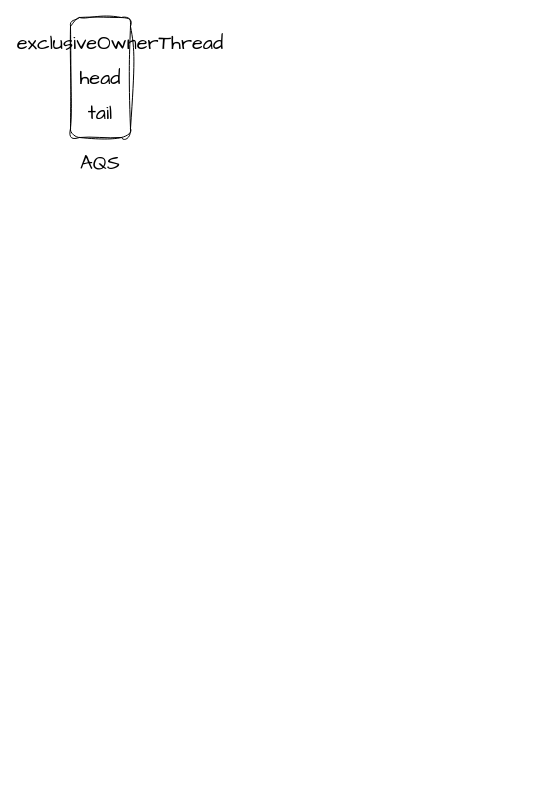
The draw.io diagram imgs/未命名绘图.drawio in Ran968777/images, before the edit. Source tidied: cells renumbered, new cells numbered last; positions are measured from the earlier drawing's top-left corner, leaving out a move shared by most shapes. Both pictures are drawn from the tidied source at 100%, with x=0, y=0 at pixel (70, 17).
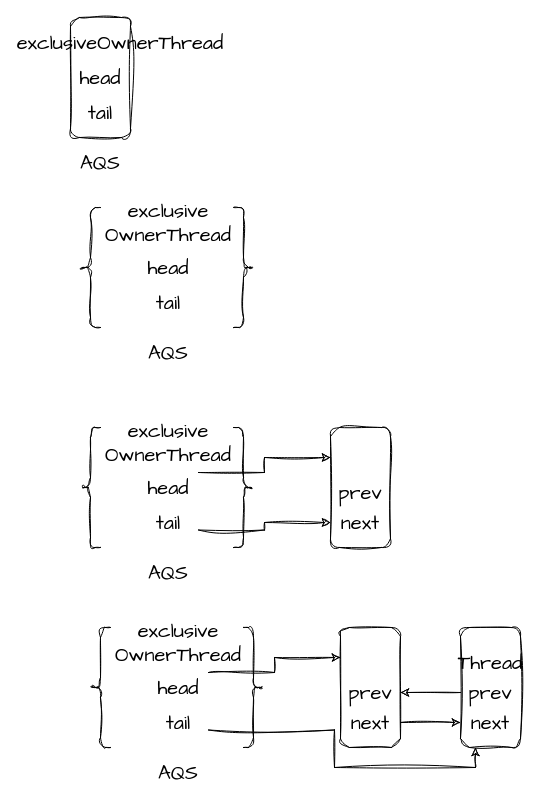
The same diagram, later.

Commit message:
第一次添加节点.drawio

Diff of the diagram source:
```diff
@@
+    <mxCell id="7" style="group;" parent="1" vertex="1">
+      <mxGeometry width="80" height="160" as="geometry" />
+    </mxCell>
-    <mxCell id="2" style="rounded=1;whiteSpace=wrap;html=1;sketch=1;hachureGap=4;jiggle=2;curveFitting=1;fontFamily=Architects Daughter;fontSize=20;direction=south;" parent="1" vertex="1">
+    <mxCell id="2" style="rounded=1;whiteSpace=wrap;html=1;sketch=1;hachureGap=4;jiggle=2;curveFitting=1;fontFamily=Architects Daughter;fontSize=20;direction=south;" parent="7" vertex="1">
       <mxGeometry width="60" height="120" as="geometry" />
     </mxCell>
-    <mxCell id="3" value="AQS" style="text;html=1;strokeColor=none;fillColor=none;align=center;verticalAlign=middle;whiteSpace=wrap;rounded=0;fontSize=20;fontFamily=Architects Daughter;" parent="1" vertex="1">
+    <mxCell id="3" value="AQS" style="text;html=1;strokeColor=none;fillColor=none;align=center;verticalAlign=middle;whiteSpace=wrap;rounded=0;fontSize=20;fontFamily=Architects Daughter;" parent="7" vertex="1">
       <mxGeometry y="130" width="60" height="30" as="geometry" />
     </mxCell>
-    <mxCell id="4" value="exclusiveOwnerThread" style="text;html=1;strokeColor=none;fillColor=none;align=center;verticalAlign=middle;whiteSpace=wrap;rounded=0;fontSize=20;fontFamily=Architects Daughter;" parent="1" vertex="1">
+    <mxCell id="4" value="exclusiveOwnerThread" style="text;html=1;strokeColor=none;fillColor=none;align=center;verticalAlign=middle;whiteSpace=wrap;rounded=0;fontSize=20;fontFamily=Architects Daughter;" parent="7" vertex="1">
       <mxGeometry x="20" y="10" width="60" height="30" as="geometry" />
     </mxCell>
-    <mxCell id="5" value="head" style="text;html=1;strokeColor=none;fillColor=none;align=center;verticalAlign=middle;whiteSpace=wrap;rounded=0;fontSize=20;fontFamily=Architects Daughter;" parent="1" vertex="1">
+    <mxCell id="5" value="head" style="text;html=1;strokeColor=none;fillColor=none;align=center;verticalAlign=middle;whiteSpace=wrap;rounded=0;fontSize=20;fontFamily=Architects Daughter;" parent="7" vertex="1">
       <mxGeometry y="45" width="60" height="30" as="geometry" />
     </mxCell>
-    <mxCell id="6" value="tail" style="text;html=1;strokeColor=none;fillColor=none;align=center;verticalAlign=middle;whiteSpace=wrap;rounded=0;fontSize=20;fontFamily=Architects Daughter;" parent="1" vertex="1">
+    <mxCell id="6" value="tail" style="text;html=1;strokeColor=none;fillColor=none;align=center;verticalAlign=middle;whiteSpace=wrap;rounded=0;fontSize=20;fontFamily=Architects Daughter;" parent="7" vertex="1">
       <mxGeometry y="80" width="60" height="30" as="geometry" />
     </mxCell>
+    <mxCell id="8" style="group;" parent="1" vertex="1">
+      <mxGeometry x="10" y="190" width="173" height="160" as="geometry" />
+    </mxCell>
+    <mxCell id="9" style="shape=curlyBracket;whiteSpace=wrap;html=1;rounded=1;labelPosition=left;verticalLabelPosition=middle;align=right;verticalAlign=middle;sketch=1;hachureGap=4;jiggle=2;curveFitting=1;fontFamily=Architects Daughter;fontSize=20;" parent="8" vertex="1">
+      <mxGeometry width="20" height="120" as="geometry" />
+    </mxCell>
+    <mxCell id="10" style="shape=curlyBracket;whiteSpace=wrap;html=1;rounded=1;flipH=1;labelPosition=right;verticalLabelPosition=middle;align=left;verticalAlign=middle;sketch=1;hachureGap=4;jiggle=2;curveFitting=1;fontFamily=Architects Daughter;fontSize=20;" parent="8" vertex="1">
+      <mxGeometry x="153" width="20" height="120" as="geometry" />
+    </mxCell>
+    <mxCell id="11" value="AQS" style="text;html=1;strokeColor=none;fillColor=none;align=center;verticalAlign=middle;whiteSpace=wrap;rounded=0;fontSize=20;fontFamily=Architects Daughter;" parent="8" vertex="1">
+      <mxGeometry x="58" y="130" width="60" height="30" as="geometry" />
+    </mxCell>
+    <mxCell id="12" value="head" style="text;html=1;strokeColor=none;fillColor=none;align=center;verticalAlign=middle;whiteSpace=wrap;rounded=0;fontSize=20;fontFamily=Architects Daughter;" parent="8" vertex="1">
+      <mxGeometry x="58" y="45" width="60" height="30" as="geometry" />
+    </mxCell>
+    <mxCell id="13" value="tail" style="text;html=1;strokeColor=none;fillColor=none;align=center;verticalAlign=middle;whiteSpace=wrap;rounded=0;fontSize=20;fontFamily=Architects Daughter;" parent="8" vertex="1">
+      <mxGeometry x="58" y="80" width="60" height="30" as="geometry" />
+    </mxCell>
+    <mxCell id="14" value="exclusive&lt;br&gt;OwnerThread" style="text;html=1;strokeColor=none;fillColor=none;align=center;verticalAlign=middle;whiteSpace=wrap;rounded=0;fontSize=20;fontFamily=Architects Daughter;" parent="8" vertex="1">
+      <mxGeometry x="58" width="60" height="30" as="geometry" />
+    </mxCell>
+    <mxCell id="15" style="group;" parent="1" vertex="1">
+      <mxGeometry x="10" y="410" width="173" height="160" as="geometry" />
+    </mxCell>
+    <mxCell id="16" style="shape=curlyBracket;whiteSpace=wrap;html=1;rounded=1;labelPosition=left;verticalLabelPosition=middle;align=right;verticalAlign=middle;sketch=1;hachureGap=4;jiggle=2;curveFitting=1;fontFamily=Architects Daughter;fontSize=20;" parent="15" vertex="1">
+      <mxGeometry width="20" height="120" as="geometry" />
+    </mxCell>
+    <mxCell id="17" style="shape=curlyBracket;whiteSpace=wrap;html=1;rounded=1;flipH=1;labelPosition=right;verticalLabelPosition=middle;align=left;verticalAlign=middle;sketch=1;hachureGap=4;jiggle=2;curveFitting=1;fontFamily=Architects Daughter;fontSize=20;" parent="15" vertex="1">
+      <mxGeometry x="153" width="20" height="120" as="geometry" />
+    </mxCell>
+    <mxCell id="18" value="AQS" style="text;html=1;strokeColor=none;fillColor=none;align=center;verticalAlign=middle;whiteSpace=wrap;rounded=0;fontSize=20;fontFamily=Architects Daughter;" parent="15" vertex="1">
+      <mxGeometry x="58" y="130" width="60" height="30" as="geometry" />
+    </mxCell>
+    <mxCell id="19" value="head" style="text;html=1;strokeColor=none;fillColor=none;align=center;verticalAlign=middle;whiteSpace=wrap;rounded=0;fontSize=20;fontFamily=Architects Daughter;" parent="15" vertex="1">
+      <mxGeometry x="58" y="45" width="60" height="30" as="geometry" />
+    </mxCell>
+    <mxCell id="20" value="tail" style="text;html=1;strokeColor=none;fillColor=none;align=center;verticalAlign=middle;whiteSpace=wrap;rounded=0;fontSize=20;fontFamily=Architects Daughter;" parent="15" vertex="1">
+      <mxGeometry x="58" y="80" width="60" height="30" as="geometry" />
+    </mxCell>
+    <mxCell id="21" value="exclusive&lt;br&gt;OwnerThread" style="text;html=1;strokeColor=none;fillColor=none;align=center;verticalAlign=middle;whiteSpace=wrap;rounded=0;fontSize=20;fontFamily=Architects Daughter;" parent="15" vertex="1">
+      <mxGeometry x="58" width="60" height="30" as="geometry" />
+    </mxCell>
+    <mxCell id="22" style="group;" parent="1" vertex="1">
+      <mxGeometry x="390" y="610" width="60" height="120" as="geometry" />
+    </mxCell>
+    <mxCell id="23" style="rounded=1;whiteSpace=wrap;html=1;sketch=1;hachureGap=4;jiggle=2;curveFitting=1;fontFamily=Architects Daughter;fontSize=20;direction=south;" parent="22" vertex="1">
+      <mxGeometry width="60" height="120" as="geometry" />
+    </mxCell>
+    <mxCell id="24" value="prev" style="text;html=1;strokeColor=none;fillColor=none;align=center;verticalAlign=middle;whiteSpace=wrap;rounded=0;fontSize=20;fontFamily=Architects Daughter;" parent="22" vertex="1">
+      <mxGeometry y="50" width="60" height="30" as="geometry" />
+    </mxCell>
+    <mxCell id="25" value="next" style="text;html=1;strokeColor=none;fillColor=none;align=center;verticalAlign=middle;whiteSpace=wrap;rounded=0;fontSize=20;fontFamily=Architects Daughter;" parent="22" vertex="1">
+      <mxGeometry y="80" width="60" height="30" as="geometry" />
+    </mxCell>
+    <mxCell id="26" value="Thread" style="text;html=1;strokeColor=none;fillColor=none;align=center;verticalAlign=middle;whiteSpace=wrap;rounded=0;fontSize=20;fontFamily=Architects Daughter;" parent="22" vertex="1">
+      <mxGeometry y="20" width="60" height="30" as="geometry" />
+    </mxCell>
+    <mxCell id="27" style="group;" parent="1" vertex="1">
+      <mxGeometry x="260" y="410" width="60" height="120" as="geometry" />
+    </mxCell>
+    <mxCell id="28" style="rounded=1;whiteSpace=wrap;html=1;sketch=1;hachureGap=4;jiggle=2;curveFitting=1;fontFamily=Architects Daughter;fontSize=20;direction=south;" parent="27" vertex="1">
+      <mxGeometry width="60" height="120" as="geometry" />
+    </mxCell>
+    <mxCell id="29" value="prev" style="text;html=1;strokeColor=none;fillColor=none;align=center;verticalAlign=middle;whiteSpace=wrap;rounded=0;fontSize=20;fontFamily=Architects Daughter;" parent="27" vertex="1">
+      <mxGeometry y="50" width="60" height="30" as="geometry" />
+    </mxCell>
+    <mxCell id="30" value="next" style="text;html=1;strokeColor=none;fillColor=none;align=center;verticalAlign=middle;whiteSpace=wrap;rounded=0;fontSize=20;fontFamily=Architects Daughter;" parent="27" vertex="1">
+      <mxGeometry y="80" width="60" height="30" as="geometry" />
+    </mxCell>
+    <mxCell id="31" style="edgeStyle=orthogonalEdgeStyle;rounded=0;sketch=1;hachureGap=4;jiggle=2;curveFitting=1;jettySize=auto;html=1;exitX=1;exitY=0.75;exitDx=0;exitDy=0;fontFamily=Architects Daughter;fontSize=16;" parent="1" edge="1" source="20" target="30">
+      <mxGeometry relative="1" as="geometry" />
+    </mxCell>
+    <mxCell id="32" style="edgeStyle=orthogonalEdgeStyle;rounded=0;sketch=1;hachureGap=4;jiggle=2;curveFitting=1;jettySize=auto;html=1;exitX=1;exitY=0;exitDx=0;exitDy=0;entryX=0.25;entryY=1;entryDx=0;entryDy=0;fontFamily=Architects Daughter;fontSize=16;" parent="1" edge="1" source="19" target="28">
+      <mxGeometry relative="1" as="geometry">
+        <Array as="points">
+          <mxPoint x="194" y="455" />
+          <mxPoint x="194" y="440" />
+        </Array>
+      </mxGeometry>
+    </mxCell>
+    <mxCell id="33" style="group;" parent="1" vertex="1">
+      <mxGeometry x="20" y="610" width="173" height="160" as="geometry" />
+    </mxCell>
+    <mxCell id="34" style="shape=curlyBracket;whiteSpace=wrap;html=1;rounded=1;labelPosition=left;verticalLabelPosition=middle;align=right;verticalAlign=middle;sketch=1;hachureGap=4;jiggle=2;curveFitting=1;fontFamily=Architects Daughter;fontSize=20;" parent="33" vertex="1">
+      <mxGeometry width="20" height="120" as="geometry" />
+    </mxCell>
+    <mxCell id="35" style="shape=curlyBracket;whiteSpace=wrap;html=1;rounded=1;flipH=1;labelPosition=right;verticalLabelPosition=middle;align=left;verticalAlign=middle;sketch=1;hachureGap=4;jiggle=2;curveFitting=1;fontFamily=Architects Daughter;fontSize=20;" parent="33" vertex="1">
+      <mxGeometry x="153" width="20" height="120" as="geometry" />
+    </mxCell>
+    <mxCell id="36" value="AQS" style="text;html=1;strokeColor=none;fillColor=none;align=center;verticalAlign=middle;whiteSpace=wrap;rounded=0;fontSize=20;fontFamily=Architects Daughter;" parent="33" vertex="1">
+      <mxGeometry x="58" y="130" width="60" height="30" as="geometry" />
+    </mxCell>
+    <mxCell id="37" value="head" style="text;html=1;strokeColor=none;fillColor=none;align=center;verticalAlign=middle;whiteSpace=wrap;rounded=0;fontSize=20;fontFamily=Architects Daughter;" parent="33" vertex="1">
+      <mxGeometry x="58" y="45" width="60" height="30" as="geometry" />
+    </mxCell>
+    <mxCell id="38" value="tail" style="text;html=1;strokeColor=none;fillColor=none;align=center;verticalAlign=middle;whiteSpace=wrap;rounded=0;fontSize=20;fontFamily=Architects Daughter;" parent="33" vertex="1">
+      <mxGeometry x="58" y="80" width="60" height="30" as="geometry" />
+    </mxCell>
+    <mxCell id="39" value="exclusive&lt;br&gt;OwnerThread" style="text;html=1;strokeColor=none;fillColor=none;align=center;verticalAlign=middle;whiteSpace=wrap;rounded=0;fontSize=20;fontFamily=Architects Daughter;" parent="33" vertex="1">
+      <mxGeometry x="58" width="60" height="30" as="geometry" />
+    </mxCell>
+    <mxCell id="40" style="group;" parent="1" vertex="1">
+      <mxGeometry x="270" y="610" width="60" height="120" as="geometry" />
+    </mxCell>
+    <mxCell id="41" style="rounded=1;whiteSpace=wrap;html=1;sketch=1;hachureGap=4;jiggle=2;curveFitting=1;fontFamily=Architects Daughter;fontSize=20;direction=south;" parent="40" vertex="1">
+      <mxGeometry width="60" height="120" as="geometry" />
+    </mxCell>
+    <mxCell id="42" value="prev" style="text;html=1;strokeColor=none;fillColor=none;align=center;verticalAlign=middle;whiteSpace=wrap;rounded=0;fontSize=20;fontFamily=Architects Daughter;" parent="40" vertex="1">
+      <mxGeometry y="50" width="60" height="30" as="geometry" />
+    </mxCell>
+    <mxCell id="43" value="next" style="text;html=1;strokeColor=none;fillColor=none;align=center;verticalAlign=middle;whiteSpace=wrap;rounded=0;fontSize=20;fontFamily=Architects Daughter;" parent="40" vertex="1">
+      <mxGeometry y="80" width="60" height="30" as="geometry" />
+    </mxCell>
+    <mxCell id="44" style="edgeStyle=orthogonalEdgeStyle;rounded=0;sketch=1;hachureGap=4;jiggle=2;curveFitting=1;jettySize=auto;html=1;exitX=1;exitY=0;exitDx=0;exitDy=0;entryX=0.25;entryY=1;entryDx=0;entryDy=0;fontFamily=Architects Daughter;fontSize=16;" parent="1" edge="1" source="37" target="41">
+      <mxGeometry relative="1" as="geometry">
+        <Array as="points">
+          <mxPoint x="204" y="655" />
+          <mxPoint x="204" y="640" />
+        </Array>
+      </mxGeometry>
+    </mxCell>
+    <mxCell id="45" style="edgeStyle=orthogonalEdgeStyle;rounded=0;sketch=1;hachureGap=4;jiggle=2;curveFitting=1;jettySize=auto;html=1;exitX=1;exitY=0.75;exitDx=0;exitDy=0;entryX=1;entryY=0.75;entryDx=0;entryDy=0;fontFamily=Architects Daughter;fontSize=16;" parent="1" edge="1" source="38" target="23">
+      <mxGeometry relative="1" as="geometry" />
+    </mxCell>
+    <mxCell id="46" style="edgeStyle=orthogonalEdgeStyle;rounded=0;sketch=1;hachureGap=4;jiggle=2;curveFitting=1;jettySize=auto;html=1;exitX=0;exitY=0.5;exitDx=0;exitDy=0;entryX=1;entryY=0.5;entryDx=0;entryDy=0;fontFamily=Architects Daughter;fontSize=16;" parent="1" edge="1" source="24" target="42">
+      <mxGeometry relative="1" as="geometry" />
+    </mxCell>
+    <mxCell id="47" style="edgeStyle=orthogonalEdgeStyle;rounded=0;sketch=1;hachureGap=4;jiggle=2;curveFitting=1;jettySize=auto;html=1;exitX=1;exitY=0.5;exitDx=0;exitDy=0;fontFamily=Architects Daughter;fontSize=16;" parent="1" edge="1" source="43" target="25">
+      <mxGeometry relative="1" as="geometry" />
+    </mxCell>
```
